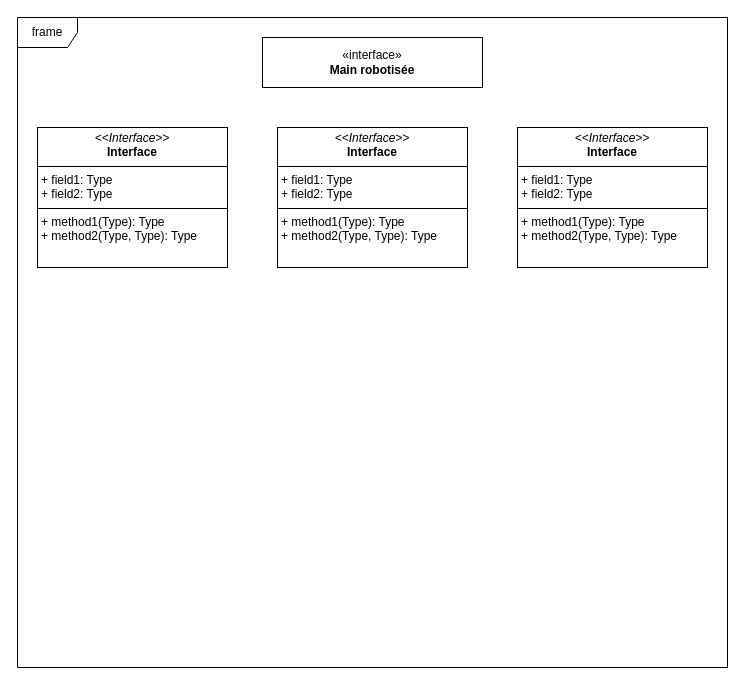
Earlier version of the draw.io diagram Diagramme sans nom.drawio (el2zay/main_robotise). Source tidied: cells renumbered, new cells numbered last; positions are measured from the earlier drawing's top-left corner, leaving out a move shared by most shapes. Both pictures are drawn from the tidied source at 100%, with x=0, y=0 at pixel (17, 17).
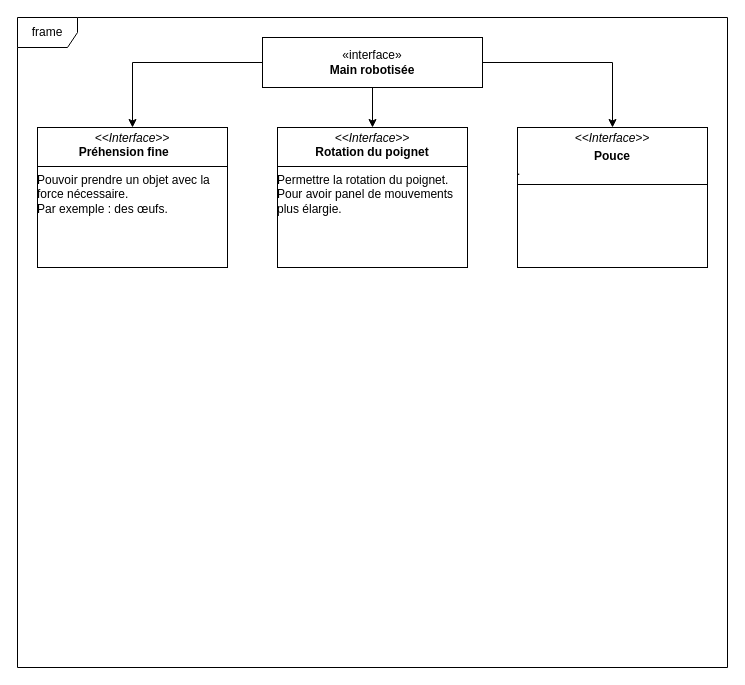
Above is the later version.

Commit message (it also covers changes not shown here):
Mettre à jour Diagramme sans nom.drawio

The edit, as a diff of the source:
```diff
@@
 <mxGraphModel>
   <root>
     <mxCell id="0" />
     <mxCell id="1" parent="0" />
     <mxCell id="2" value="frame" style="shape=umlFrame;whiteSpace=wrap;html=1;" parent="1" vertex="1">
       <mxGeometry width="710" height="650" as="geometry" />
     </mxCell>
+    <mxCell id="7" style="edgeStyle=orthogonalEdgeStyle;rounded=0;jettySize=auto;html=1;exitX=0;exitY=0.5;exitDx=0;exitDy=0;" parent="1" edge="1" source="3" target="4">
+      <mxGeometry relative="1" as="geometry" />
+    </mxCell>
+    <mxCell id="8" style="edgeStyle=orthogonalEdgeStyle;rounded=0;jettySize=auto;html=1;exitX=0.5;exitY=1;exitDx=0;exitDy=0;" parent="1" edge="1" source="3" target="10">
+      <mxGeometry relative="1" as="geometry" />
+    </mxCell>
+    <mxCell id="9" style="edgeStyle=orthogonalEdgeStyle;rounded=0;jettySize=auto;html=1;exitX=1;exitY=0.5;exitDx=0;exitDy=0;entryX=0.5;entryY=0;entryDx=0;entryDy=0;" parent="1" edge="1" source="3" target="6">
+      <mxGeometry relative="1" as="geometry" />
+    </mxCell>
     <mxCell id="3" value="«interface»&lt;br&gt;&lt;b&gt;Main robotisée&lt;/b&gt;" style="html=1;whiteSpace=wrap;" parent="1" vertex="1">
       <mxGeometry x="245" y="20" width="220" height="50" as="geometry" />
     </mxCell>
-    <mxCell id="4" value="&lt;p style=&quot;margin:0px;margin-top:4px;text-align:center;&quot;&gt;&lt;i&gt;&amp;lt;&amp;lt;Interface&amp;gt;&amp;gt;&lt;/i&gt;&lt;br/&gt;&lt;b&gt;Interface&lt;/b&gt;&lt;/p&gt;&lt;hr size=&quot;1&quot; style=&quot;border-style:solid;&quot;/&gt;&lt;p style=&quot;margin:0px;margin-left:4px;&quot;&gt;+ field1: Type&lt;br/&gt;+ field2: Type&lt;/p&gt;&lt;hr size=&quot;1&quot; style=&quot;border-style:solid;&quot;/&gt;&lt;p style=&quot;margin:0px;margin-left:4px;&quot;&gt;+ method1(Type): Type&lt;br/&gt;+ method2(Type, Type): Type&lt;/p&gt;" style="verticalAlign=top;align=left;overflow=fill;html=1;whiteSpace=wrap;" parent="1" vertex="1">
+    <mxCell id="4" value="&lt;p style=&quot;margin:0px;margin-top:4px;text-align:center;&quot;&gt;&lt;i&gt;&amp;lt;&amp;lt;Interface&amp;gt;&amp;gt;&lt;/i&gt;&lt;br&gt;&lt;b&gt;Préhension fine&lt;span style=&quot;white-space: pre;&quot;&gt;&#9;&lt;/span&gt;&lt;/b&gt;&lt;br&gt;&lt;/p&gt;&lt;hr style=&quot;border-style:solid;&quot; size=&quot;1&quot;&gt;&lt;div&gt;Pouvoir prendre un objet avec la force nécessaire. &lt;br&gt;&lt;/div&gt;&lt;div&gt;Par exemple : des œufs.&lt;/div&gt;&lt;div&gt;&lt;br&gt;&lt;/div&gt;&lt;div&gt;&lt;br&gt;&lt;/div&gt;&lt;div&gt;&lt;br&gt;&lt;/div&gt;&lt;div&gt;&lt;br&gt;&lt;/div&gt;&lt;div&gt;&lt;br&gt;&lt;/div&gt;&lt;div&gt;&lt;br&gt;&lt;/div&gt;&lt;div&gt;&lt;br&gt;&lt;/div&gt;&lt;div&gt;&lt;br&gt;&lt;/div&gt;&lt;div&gt;&lt;br&gt;&lt;/div&gt;&lt;div&gt;&lt;br&gt;&lt;/div&gt;" style="verticalAlign=top;align=left;overflow=fill;html=1;whiteSpace=wrap;" parent="1" vertex="1">
       <mxGeometry x="20" y="110" width="190" height="140" as="geometry" />
     </mxCell>
-    <mxCell id="5" value="&lt;p style=&quot;margin:0px;margin-top:4px;text-align:center;&quot;&gt;&lt;i&gt;&amp;lt;&amp;lt;Interface&amp;gt;&amp;gt;&lt;/i&gt;&lt;br/&gt;&lt;b&gt;Interface&lt;/b&gt;&lt;/p&gt;&lt;hr size=&quot;1&quot; style=&quot;border-style:solid;&quot;/&gt;&lt;p style=&quot;margin:0px;margin-left:4px;&quot;&gt;+ field1: Type&lt;br/&gt;+ field2: Type&lt;/p&gt;&lt;hr size=&quot;1&quot; style=&quot;border-style:solid;&quot;/&gt;&lt;p style=&quot;margin:0px;margin-left:4px;&quot;&gt;+ method1(Type): Type&lt;br/&gt;+ method2(Type, Type): Type&lt;/p&gt;" style="verticalAlign=top;align=left;overflow=fill;html=1;whiteSpace=wrap;" parent="1" vertex="1">
-      <mxGeometry x="260" y="110" width="190" height="140" as="geometry" />
-    </mxCell>
-    <mxCell id="6" value="&lt;p style=&quot;margin:0px;margin-top:4px;text-align:center;&quot;&gt;&lt;i&gt;&amp;lt;&amp;lt;Interface&amp;gt;&amp;gt;&lt;/i&gt;&lt;br/&gt;&lt;b&gt;Interface&lt;/b&gt;&lt;/p&gt;&lt;hr size=&quot;1&quot; style=&quot;border-style:solid;&quot;/&gt;&lt;p style=&quot;margin:0px;margin-left:4px;&quot;&gt;+ field1: Type&lt;br/&gt;+ field2: Type&lt;/p&gt;&lt;hr size=&quot;1&quot; style=&quot;border-style:solid;&quot;/&gt;&lt;p style=&quot;margin:0px;margin-left:4px;&quot;&gt;+ method1(Type): Type&lt;br/&gt;+ method2(Type, Type): Type&lt;/p&gt;" style="verticalAlign=top;align=left;overflow=fill;html=1;whiteSpace=wrap;" parent="1" vertex="1">
+    <mxCell id="6" value="&lt;p style=&quot;margin:0px;margin-top:4px;text-align:center;&quot;&gt;&lt;i&gt;&amp;lt;&amp;lt;Interface&amp;gt;&amp;gt;&lt;/i&gt;&lt;/p&gt;&lt;p style=&quot;margin:0px;margin-top:4px;text-align:center;&quot;&gt;&lt;b&gt;Pouce&lt;/b&gt;&lt;br&gt;&lt;/p&gt;.&lt;hr style=&quot;border-style:solid;&quot; size=&quot;1&quot;&gt;" style="verticalAlign=top;align=left;overflow=fill;html=1;whiteSpace=wrap;" parent="1" vertex="1">
       <mxGeometry x="500" y="110" width="190" height="140" as="geometry" />
     </mxCell>
+    <mxCell id="10" value="&lt;p style=&quot;margin:0px;margin-top:4px;text-align:center;&quot;&gt;&lt;i&gt;&amp;lt;&amp;lt;Interface&amp;gt;&amp;gt;&lt;/i&gt;&lt;br&gt;&lt;b&gt;Rotation du poignet&lt;/b&gt;&lt;br&gt;&lt;/p&gt;&lt;hr style=&quot;border-style:solid;&quot; size=&quot;1&quot;&gt;&lt;div&gt;Permettre la rotation du poignet. Pour avoir panel de mouvements plus élargie.&lt;/div&gt;&lt;div&gt;&lt;br&gt;&lt;/div&gt;&lt;div&gt;&lt;br&gt;&lt;/div&gt;&lt;div&gt;&lt;br&gt;&lt;/div&gt;&lt;div&gt;&lt;br&gt;&lt;/div&gt;&lt;div&gt;&lt;br&gt;&lt;/div&gt;&lt;div&gt;&lt;br&gt;&lt;/div&gt;&lt;div&gt;&lt;br&gt;&lt;/div&gt;&lt;div&gt;&lt;br&gt;&lt;/div&gt;&lt;div&gt;&lt;br&gt;&lt;/div&gt;&lt;div&gt;&lt;br&gt;&lt;/div&gt;&lt;div&gt;&lt;br&gt;&lt;/div&gt;" style="verticalAlign=top;align=left;overflow=fill;html=1;whiteSpace=wrap;" parent="1" vertex="1">
+      <mxGeometry x="260" y="110" width="190" height="140" as="geometry" />
+    </mxCell>
   </root>
 </mxGraphModel>
```
